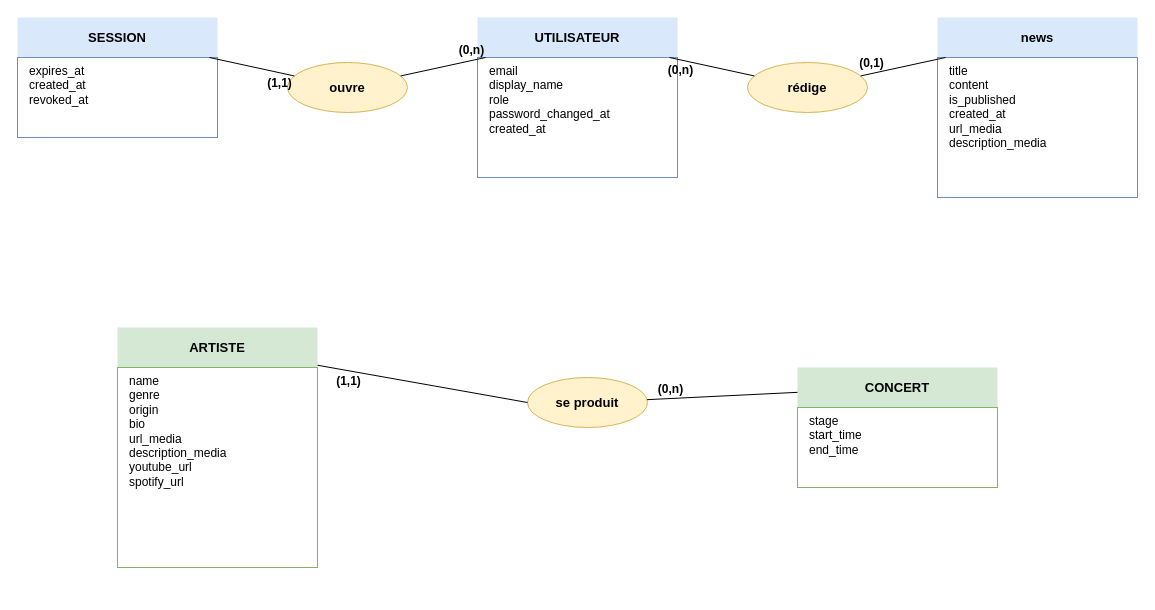
Earlier version of the draw.io diagram bd/mcd_vindhellfest.drawio (aurelienrnd/FestApp). Source tidied: cells renumbered, new cells numbered last; positions are measured from the earlier drawing's top-left corner, leaving out a move shared by most shapes. Both pictures are drawn from the tidied source at 100%, with x=0, y=0 at pixel (17, 17).
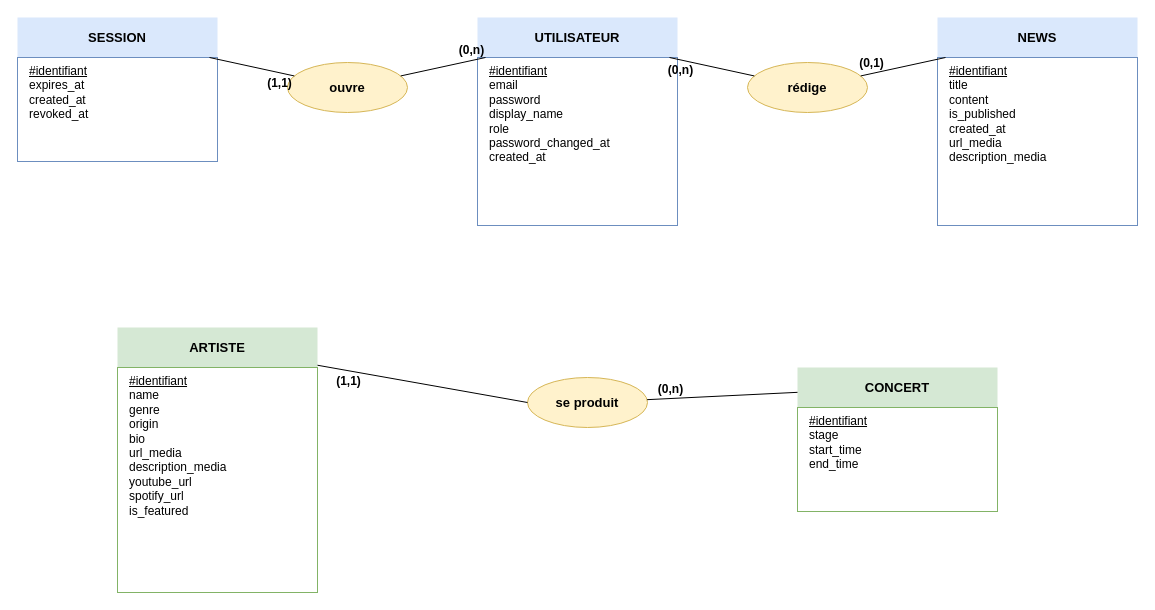
After the change.

Commit message (it also covers changes not shown here):
refactor(db): enforce display_name uniqueness and case-sensitive artist name

Change to the diagram source:
```diff
@@
-    <mxCell id="3" value="email&#10;display_name&#10;role&#10;password_changed_at&#10;created_at" style="text;html=1;strokeColor=#6c8ebf;fillColor=#ffffff;align=left;verticalAlign=top;spacingLeft=10;whiteSpace=wrap;rounded=0;fontSize=12;" parent="1" vertex="1">
-      <mxGeometry x="460" y="40" width="200" height="120" as="geometry" />
+    <mxCell id="3" value="&lt;u&gt;#identifiant&lt;/u&gt;&#10;email&#10;password&#10;display_name&#10;role&#10;password_changed_at&#10;created_at" style="text;html=1;strokeColor=#6c8ebf;fillColor=#ffffff;align=left;verticalAlign=top;spacingLeft=10;whiteSpace=wrap;rounded=0;fontSize=12;" parent="1" vertex="1">
+      <mxGeometry x="460" y="40" width="200" height="168" as="geometry" />
     </mxCell>
@@
-    <mxCell id="5" value="expires_at&#10;created_at&#10;revoked_at" style="text;html=1;strokeColor=#6c8ebf;fillColor=#ffffff;align=left;verticalAlign=top;spacingLeft=10;whiteSpace=wrap;rounded=0;fontSize=12;" parent="1" vertex="1">
-      <mxGeometry y="40" width="200" height="80" as="geometry" />
+    <mxCell id="5" value="&lt;u&gt;#identifiant&lt;/u&gt;&#10;expires_at&#10;created_at&#10;revoked_at" style="text;html=1;strokeColor=#6c8ebf;fillColor=#ffffff;align=left;verticalAlign=top;spacingLeft=10;whiteSpace=wrap;rounded=0;fontSize=12;" parent="1" vertex="1">
+      <mxGeometry y="40" width="200" height="104" as="geometry" />
     </mxCell>
-    <mxCell id="6" value="news" style="text;html=1;strokeColor=none;fillColor=#dae8fc;align=center;verticalAlign=middle;whiteSpace=wrap;rounded=0;fontStyle=1;fontSize=13;" parent="1" vertex="1">
+    <mxCell id="6" value="NEWS" style="text;html=1;strokeColor=none;fillColor=#dae8fc;align=center;verticalAlign=middle;whiteSpace=wrap;rounded=0;fontStyle=1;fontSize=13;" parent="1" vertex="1">
       <mxGeometry x="920" width="200" height="40" as="geometry" />
     </mxCell>
-    <mxCell id="7" value="title&#10;content&#10;is_published&#10;created_at&#10;url_media&#10;description_media" style="text;html=1;strokeColor=#6c8ebf;fillColor=#ffffff;align=left;verticalAlign=top;spacingLeft=10;whiteSpace=wrap;rounded=0;fontSize=12;" parent="1" vertex="1">
-      <mxGeometry x="920" y="40" width="200" height="140" as="geometry" />
+    <mxCell id="7" value="&lt;u&gt;#identifiant&lt;/u&gt;&#10;title&#10;content&#10;is_published&#10;created_at&#10;url_media&#10;description_media" style="text;html=1;strokeColor=#6c8ebf;fillColor=#ffffff;align=left;verticalAlign=top;spacingLeft=10;whiteSpace=wrap;rounded=0;fontSize=12;" parent="1" vertex="1">
+      <mxGeometry x="920" y="40" width="200" height="168" as="geometry" />
     </mxCell>
@@
-    <mxCell id="9" value="name&#10;genre&#10;origin&#10;bio&#10;url_media&#10;description_media&#10;youtube_url&#10;spotify_url" style="text;html=1;strokeColor=#82b366;fillColor=#ffffff;align=left;verticalAlign=top;spacingLeft=10;whiteSpace=wrap;rounded=0;fontSize=12;" parent="1" vertex="1">
-      <mxGeometry x="100" y="350" width="200" height="200" as="geometry" />
+    <mxCell id="9" value="&lt;u&gt;#identifiant&lt;/u&gt;&#10;name&#10;genre&#10;origin&#10;bio&#10;url_media&#10;description_media&#10;youtube_url&#10;spotify_url&#10;is_featured" style="text;html=1;strokeColor=#82b366;fillColor=#ffffff;align=left;verticalAlign=top;spacingLeft=10;whiteSpace=wrap;rounded=0;fontSize=12;" parent="1" vertex="1">
+      <mxGeometry x="100" y="350" width="200" height="225" as="geometry" />
     </mxCell>
@@
-    <mxCell id="11" value="stage&#10;start_time&#10;end_time" style="text;html=1;strokeColor=#82b366;fillColor=#ffffff;align=left;verticalAlign=top;spacingLeft=10;whiteSpace=wrap;rounded=0;fontSize=12;" parent="1" vertex="1">
-      <mxGeometry x="780" y="390" width="200" height="80" as="geometry" />
+    <mxCell id="11" value="&lt;u&gt;#identifiant&lt;/u&gt;&#10;stage&#10;start_time&#10;end_time" style="text;html=1;strokeColor=#82b366;fillColor=#ffffff;align=left;verticalAlign=top;spacingLeft=10;whiteSpace=wrap;rounded=0;fontSize=12;" parent="1" vertex="1">
+      <mxGeometry x="780" y="390" width="200" height="104" as="geometry" />
     </mxCell>
```
